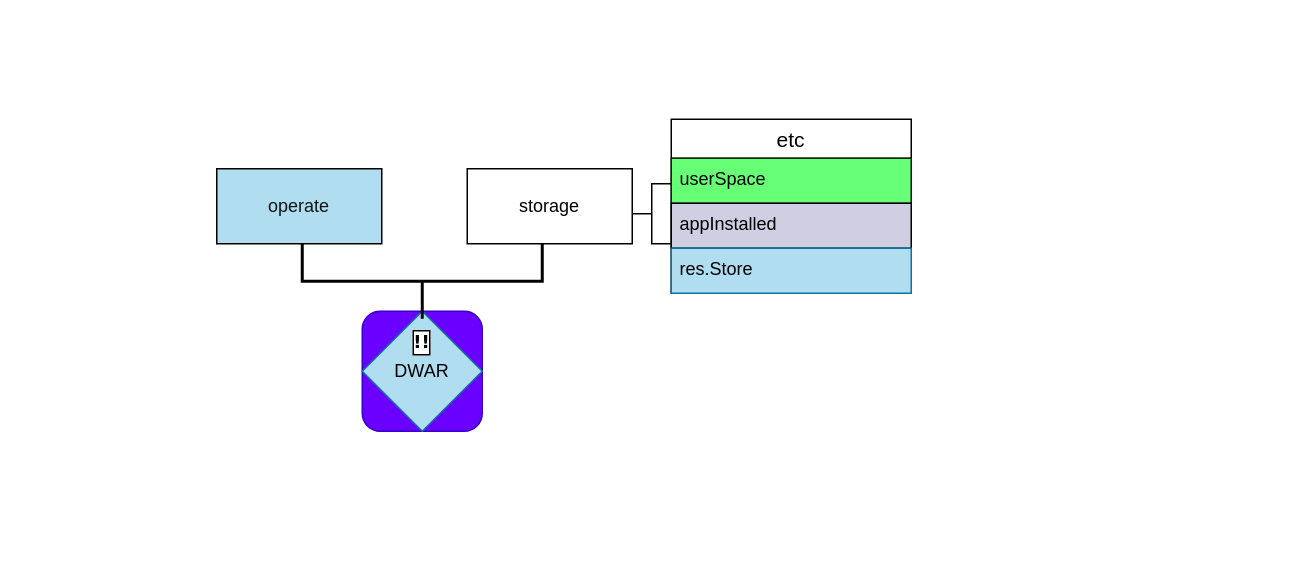
72CA/svNT0 keeps this draw.io diagram as testinit.drawio.xml. Above is the earlier version. Source tidied: cells renumbered, new cells numbered last; positions are measured from the earlier drawing's top-left corner, leaving out a move shared by most shapes. Both pictures are drawn from the tidied source at 150%, with x=0, y=0 at pixel (216, 118).
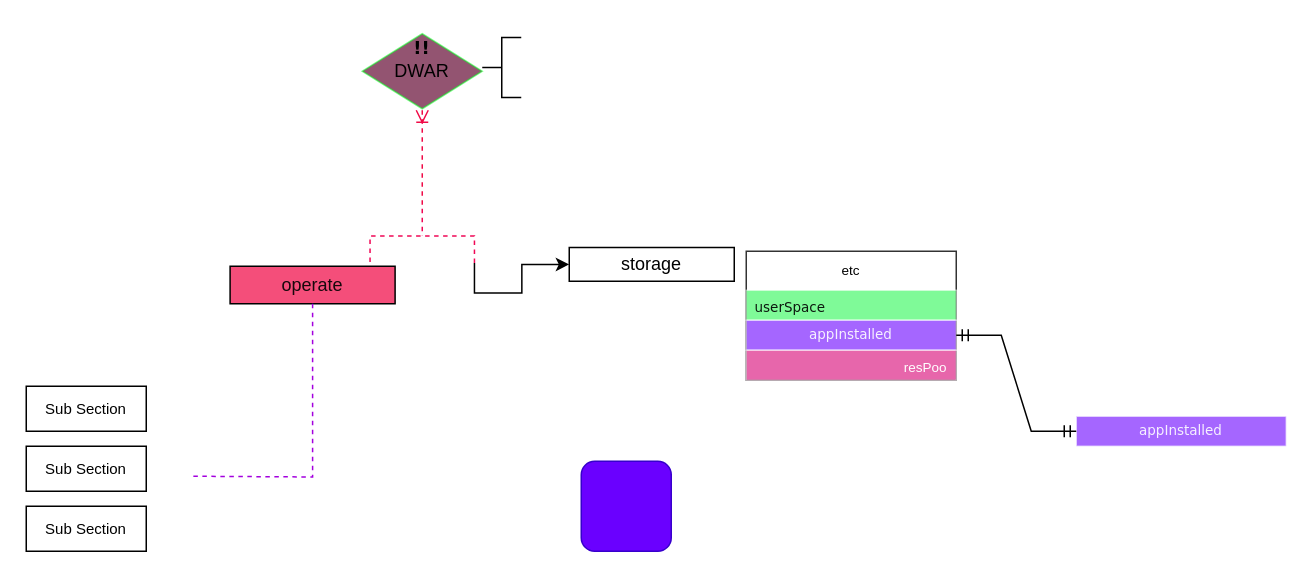
After the change.

Diff of the diagram source:
```diff
@@
     <mxCell id="2" style="whiteSpace=wrap;html=1;fillColor=#6a00ff;fontColor=#ffffff;strokeColor=#3700CC;fillStyle=solid;strokeWidth=1;perimeterSpacing=8;rounded=1;glass=0;shadow=0;imageAspect=1;fontFamily=Verdana;align=right;" parent="1" vertex="1">
-      <mxGeometry x="97" y="128" width="80" height="80" as="geometry" />
+      <mxGeometry x="243" y="228" width="60" height="60" as="geometry" />
     </mxCell>
-    <mxCell id="3" style="rhombus;whiteSpace=wrap;html=1;fillColor=#b1ddf0;strokeColor=#10739e;" parent="1" vertex="1">
-      <mxGeometry x="97" y="128" width="80" height="80" as="geometry" />
-    </mxCell>
+    <mxCell id="14" style="rounded=0;jettySize=auto;html=1;strokeColor=#F00A47;targetPerimeterSpacing=0;sourcePerimeterSpacing=1;jumpStyle=none;jumpSize=5;dashed=1;startArrow=ERoneToMany;startFill=0;endArrow=none;endFill=0;" parent="1" edge="1" source="3">
+      <mxGeometry relative="1" as="geometry">
+        <mxPoint x="137" y="58" as="targetPoint" />
+      </mxGeometry>
+    </mxCell>
     <mxCell id="4" value="storage" style="html=1;whiteSpace=wrap;" parent="1" vertex="1">
-      <mxGeometry x="167" y="33" width="110" height="50" as="geometry" />
+      <mxGeometry x="235" y="85.5" width="110" height="22.5" as="geometry" />
     </mxCell>
-    <mxCell id="5" value="operate" style="whiteSpace=wrap;fillColor=#b1ddf0;strokeColor=#000000;rounded=0;glass=0;shadow=0;labelBackgroundColor=none;labelBorderColor=none;html=1;spacingTop=0;spacing=6;textOpacity=90;strokeWidth=1;noLabel=0;direction=west;fillOpacity=100;strokeOpacity=100;backgroundOutline=0;" parent="1" vertex="1">
-      <mxGeometry y="33" width="110" height="50" as="geometry" />
+    <mxCell id="5" value="operate" style="whiteSpace=wrap;rounded=0;glass=0;shadow=0;labelBackgroundColor=none;labelBorderColor=none;html=1;spacingTop=0;spacing=6;textOpacity=90;strokeWidth=1;noLabel=0;direction=west;fillOpacity=72;strokeOpacity=100;backgroundOutline=0;fillColor=#F00A47;" parent="1" vertex="1">
+      <mxGeometry x="8.9" y="98" width="110" height="25" as="geometry" />
     </mxCell>
-    <mxCell id="6" value="DWAR" style="text;html=1;strokeColor=none;fillColor=none;align=center;verticalAlign=middle;whiteSpace=wrap;rounded=0;" parent="1" vertex="1">
-      <mxGeometry x="107" y="158" width="60" height="20" as="geometry" />
-    </mxCell>
-    <mxCell id="7" value="!!" style="text;html=1;strokeColor=none;fillColor=none;align=center;verticalAlign=middle;whiteSpace=wrap;rounded=0;fontStyle=1;fontFamily=Verdana;labelBorderColor=default;labelBackgroundColor=#FFFFFF;" parent="1" vertex="1">
-      <mxGeometry x="107" y="134" width="60" height="30" as="geometry" />
-    </mxCell>
-    <mxCell id="8" style="strokeWidth=2;html=1;shape=mxgraph.flowchart.annotation_2;align=left;labelPosition=right;rotation=-90;" parent="1" vertex="1">
-      <mxGeometry x="112" y="28" width="50" height="160" as="geometry" />
-    </mxCell>
-    <mxCell id="9" value="etc" style="swimlane;fontStyle=0;horizontal=1;startSize=26;align=center;fontSize=14;noLabel=0;rounded=0;glass=0;shadow=0;" parent="1" vertex="1">
-      <mxGeometry x="303" width="160" height="116" as="geometry" />
+    <mxCell id="9" value="etc" style="swimlane;fontStyle=0;horizontal=1;startSize=26;align=center;fontSize=9;noLabel=0;rounded=0;glass=0;shadow=0;backgroundOutline=0;opacity=80;swimlaneLine=0;" parent="1" vertex="1">
+      <mxGeometry x="353" y="88" width="140" height="86" as="geometry" />
     </mxCell>
-    <mxCell id="10" value="userSpace" style="text;strokeColor=default;fillColor=#03FF1C;spacingLeft=4;spacingRight=4;overflow=hidden;fontSize=12;whiteSpace=wrap;html=1;fillStyle=solid;opacity=60;strokeWidth=1;perimeterSpacing=1;" parent="9" vertex="1">
-      <mxGeometry y="26" width="160" height="30" as="geometry" />
+    <mxCell id="10" value="userSpace" style="text;strokeColor=#ffffff;fillColor=#00F633;spacingLeft=4;spacingRight=4;overflow=hidden;fontSize=9;whiteSpace=wrap;html=1;fillStyle=solid;strokeWidth=1;perimeterSpacing=0;fixedWidth=0;fontFamily=Verdana;fontColor=default;labelBorderColor=none;labelBackgroundColor=none;textOpacity=90;gradientColor=none;rounded=0;glass=0;shadow=0;absoluteArcSize=0;arcSize=6;fillOpacity=100;noLabel=0;opacity=50;" parent="9" vertex="1">
+      <mxGeometry y="26" width="140" height="20" as="geometry" />
     </mxCell>
-    <mxCell id="11" value="appInstalled" style="text;strokeColor=#000000;fillColor=#d0cee2;spacingLeft=4;spacingRight=4;overflow=hidden;points=[[0,0.5],[1,0.5]];portConstraint=eastwest;fontSize=12;whiteSpace=wrap;html=1;" parent="9" vertex="1">
-      <mxGeometry y="56" width="160" height="30" as="geometry" />
+    <mxCell id="11" value="&lt;font style=&quot;font-size: 9px;&quot;&gt;appInstalled&lt;/font&gt;" style="text;strokeColor=#ffffff;fillColor=#6a00ff;spacingLeft=4;spacingRight=4;overflow=hidden;points=[[0,0.5],[1,0.5]];portConstraint=eastwest;fontSize=9;whiteSpace=wrap;html=1;fontColor=#ffffff;opacity=60;fixedWidth=0;perimeterSpacing=0;strokeWidth=1;verticalAlign=middle;align=center;labelBackgroundColor=none;fontFamily=Verdana;labelBorderColor=none;textOpacity=90;" parent="9" vertex="1">
+      <mxGeometry y="46" width="140" height="20" as="geometry" />
     </mxCell>
-    <mxCell id="12" value="res.Store" style="text;strokeColor=#10739e;fillColor=#b1ddf0;spacingLeft=4;spacingRight=4;overflow=hidden;fontSize=12;whiteSpace=wrap;html=1;" parent="9" vertex="1">
-      <mxGeometry y="86" width="160" height="30" as="geometry" />
+    <mxCell id="12" value="resPoo" style="text;strokeColor=#FFFFFF;fillColor=#d80073;spacingLeft=4;spacingRight=4;overflow=hidden;fontSize=9;whiteSpace=wrap;html=1;fontColor=#ffffff;opacity=60;fixedWidth=0;perimeterSpacing=0;strokeWidth=1;align=right;" parent="9" vertex="1">
+      <mxGeometry y="66" width="140" height="20" as="geometry" />
     </mxCell>
     <mxCell id="13" style="strokeWidth=1;html=1;shape=mxgraph.flowchart.annotation_2;align=left;labelPosition=right;" parent="1" vertex="1">
-      <mxGeometry x="277" y="43" width="26" height="40" as="geometry" />
+      <mxGeometry x="177" y="-54.5" width="26" height="40" as="geometry" />
     </mxCell>
+    <mxCell id="15" style="edgeStyle=orthogonalEdgeStyle;rounded=0;jettySize=auto;html=1;exitX=1;exitY=0;exitDx=0;exitDy=0;exitPerimeter=0;" parent="1" edge="1" source="16" target="4">
+      <mxGeometry relative="1" as="geometry" />
+    </mxCell>
+    <mxCell id="16" style="strokeWidth=1;html=1;shape=mxgraph.flowchart.annotation_2;align=left;labelPosition=right;rotation=90;dashed=1;strokeColor=#F00755;points=[[0,0.5,0,0,0],[1,0,0,0,0],[1,1,0,0,0]];" parent="1" vertex="1">
+      <mxGeometry x="118.9" y="43" width="36.2" height="69.6" as="geometry" />
+    </mxCell>
+    <mxCell id="17" style="edgeStyle=orthogonalEdgeStyle;sourcePerimeterSpacing=0;targetPerimeterSpacing=0;startArrow=none;endArrow=none;rounded=0;targetPortConstraint=eastwest;sourcePortConstraint=northsouth;curved=0;rounded=0;dashed=1;strokeColor=#A300DE;" parent="1" edge="1" source="5">
+      <mxGeometry relative="1" as="geometry">
+        <mxPoint x="-17" y="238" as="targetPoint" />
+      </mxGeometry>
+    </mxCell>
+    <mxCell id="18" value="Sub Section" style="whiteSpace=wrap;html=1;align=center;verticalAlign=middle;fontSize=10;fontStyle=0;rounded=0;glass=0;shadow=0;" parent="1" vertex="1">
+      <mxGeometry x="-127" y="218" width="80" height="30" as="geometry" />
+    </mxCell>
+    <mxCell id="19" style="group;" parent="1" vertex="1">
+      <mxGeometry x="97" y="-62" width="80" height="55" as="geometry" />
+    </mxCell>
+    <mxCell id="3" style="rhombus;whiteSpace=wrap;html=1;fillColor=#660C36;strokeColor=#03FF1C;opacity=70;strokeWidth=1;strokeOpacity=75;" parent="19" vertex="1">
+      <mxGeometry y="5" width="80" height="50" as="geometry" />
+    </mxCell>
+    <mxCell id="20" style="group;" parent="19" vertex="1">
+      <mxGeometry x="10" width="60" height="40" as="geometry" />
+    </mxCell>
+    <mxCell id="6" value="DWAR" style="text;html=1;align=center;verticalAlign=middle;whiteSpace=wrap;rounded=0;" parent="20" vertex="1">
+      <mxGeometry y="20" width="60" height="20" as="geometry" />
+    </mxCell>
+    <mxCell id="7" value="!!" style="text;html=1;align=center;verticalAlign=middle;whiteSpace=wrap;rounded=0;fontStyle=1;fontFamily=Verdana;labelBorderColor=none;labelBackgroundColor=none;fillColor=none;" parent="20" vertex="1">
+      <mxGeometry width="60" height="30" as="geometry" />
+    </mxCell>
+    <mxCell id="21" value="Sub Section" style="whiteSpace=wrap;html=1;align=center;verticalAlign=middle;fontSize=10;fontStyle=0;rounded=0;glass=0;shadow=0;" parent="1" vertex="1">
+      <mxGeometry x="-127" y="178" width="80" height="30" as="geometry" />
+    </mxCell>
+    <mxCell id="22" value="Sub Section" style="whiteSpace=wrap;html=1;align=center;verticalAlign=middle;fontSize=10;fontStyle=0;rounded=0;glass=0;shadow=0;" parent="1" vertex="1">
+      <mxGeometry x="-127" y="258" width="80" height="30" as="geometry" />
+    </mxCell>
+    <mxCell id="23" value="&lt;font style=&quot;font-size: 9px;&quot;&gt;appInstalled&lt;/font&gt;" style="text;strokeColor=#ffffff;fillColor=#6a00ff;spacingLeft=4;spacingRight=4;overflow=hidden;points=[[0,0.5],[1,0.5]];portConstraint=eastwest;fontSize=9;whiteSpace=wrap;html=1;fontColor=#ffffff;opacity=60;fixedWidth=0;perimeterSpacing=0;strokeWidth=1;verticalAlign=middle;align=center;labelBackgroundColor=none;fontFamily=Verdana;labelBorderColor=none;textOpacity=90;" parent="1" vertex="1">
+      <mxGeometry x="573" y="198" width="140" height="20" as="geometry" />
+    </mxCell>
+    <mxCell id="24" style="edgeStyle=entityRelationEdgeStyle;fontSize=12;html=1;endArrow=ERmandOne;startArrow=ERmandOne;rounded=0;" parent="1" edge="1" source="11" target="23">
+      <mxGeometry relative="1" as="geometry" />
+    </mxCell>
```
